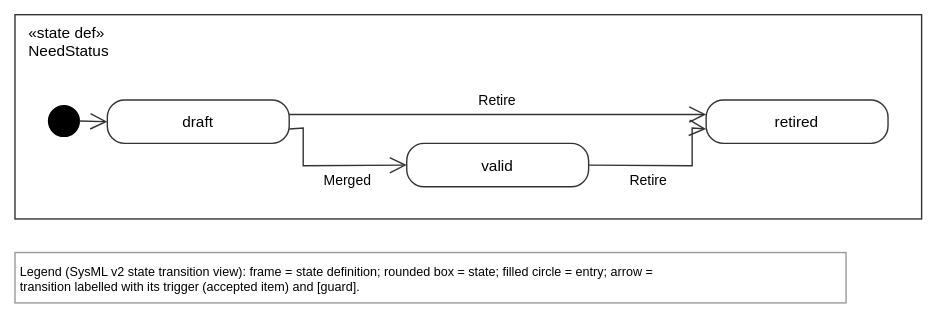
Before: views/needStatus.drawio.svg, a diagram exported from draw.io (tiacsys/xdmod). Source tidied: cells renumbered, new cells last; positions are measured from the earlier drawing's top-left corner, leaving out a move shared by most shapes.
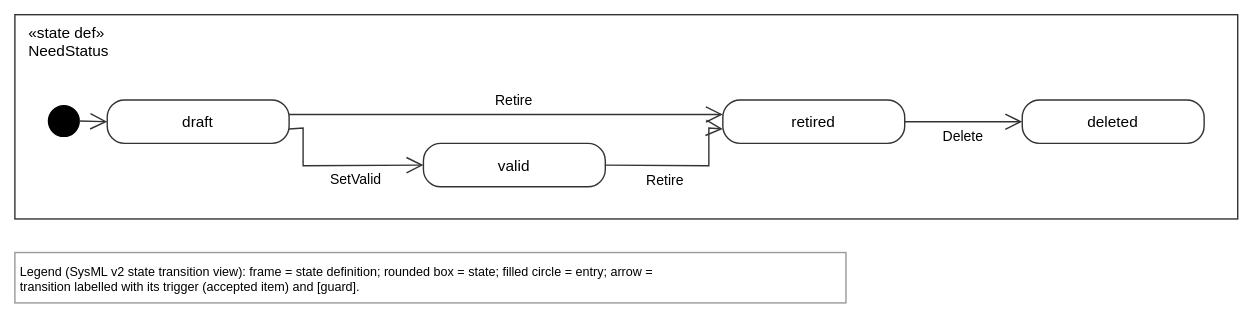
Above is the later version.

What changed in the source:
```diff
@@ -3,11 +3,14 @@
     <mxCell id="0" />
     <mxCell id="1" parent="0" />
     <mxCell id="2" value="«state def»&#10;NeedStatus" style="html=0;fontFamily=Helvetica;fontSize=11;strokeColor=#333333;rounded=0;verticalAlign=top;align=left;spacingLeft=8;fillColor=none;" parent="1" vertex="1">
-      <mxGeometry width="648" height="146" as="geometry" />
+      <mxGeometry width="874" height="146" as="geometry" />
     </mxCell>
     <mxCell id="3" value="Legend (SysML v2 state transition view): frame = state definition; rounded box = state; filled circle = entry; arrow =&#10;transition labelled with its trigger (accepted item) and [guard]." style="text;html=0;align=left;verticalAlign=top;fontFamily=Helvetica;fontSize=9;fillColor=#FFFFFF;strokeColor=#999999;spacing=4;" parent="1" vertex="1">
       <mxGeometry y="170" width="594" height="36" as="geometry" />
     </mxCell>
+    <mxCell id="12" value="deleted" style="html=0;fontFamily=Helvetica;fontSize=11;strokeColor=#333333;rounded=1;arcSize=40;fillColor=#FFFFFF;" parent="2" vertex="1">
+      <mxGeometry x="720" y="61" width="130" height="31" as="geometry" />
+    </mxCell>
     <mxCell id="4" value="draft" style="html=0;fontFamily=Helvetica;fontSize=11;strokeColor=#333333;rounded=1;arcSize=40;fillColor=#FFFFFF;" parent="2" vertex="1">
       <mxGeometry x="66" y="61" width="130" height="31" as="geometry" />
     </mxCell>
@@ -15,17 +18,17 @@
       <mxGeometry x="24" y="65" width="22" height="22" as="geometry" />
     </mxCell>
     <mxCell id="6" value="retired" style="html=0;fontFamily=Helvetica;fontSize=11;strokeColor=#333333;rounded=1;arcSize=40;fillColor=#FFFFFF;" parent="2" vertex="1">
-      <mxGeometry x="494" y="61" width="130" height="31" as="geometry" />
+      <mxGeometry x="506" y="61" width="130" height="31" as="geometry" />
     </mxCell>
     <mxCell id="7" value="valid" style="html=0;fontFamily=Helvetica;fontSize=11;strokeColor=#333333;rounded=1;arcSize=40;fillColor=#FFFFFF;" parent="2" vertex="1">
-      <mxGeometry x="280" y="92" width="130" height="31" as="geometry" />
+      <mxGeometry x="292" y="92" width="130" height="31" as="geometry" />
     </mxCell>
     <mxCell id="8" value="Retire" style="html=0;rounded=0;endSize=10;startSize=14;fontFamily=Helvetica;fontSize=10;labelBackgroundColor=#FFFFFF;strokeColor=#333333;endArrow=open;exitX=1.000;exitY=0.333;exitDx=0;exitDy=0;exitPerimeter=0;entryX=0.000;entryY=0.333;entryDx=0;entryDy=0;entryPerimeter=0;" parent="1" edge="1" source="4" target="6">
       <mxGeometry relative="1" as="geometry">
-        <mxPoint y="-10" as="offset" />
+        <mxPoint x="6" y="-10" as="offset" />
       </mxGeometry>
     </mxCell>
-    <mxCell id="9" value="Merged" style="html=0;rounded=0;endSize=10;startSize=14;fontFamily=Helvetica;fontSize=10;labelBackgroundColor=#FFFFFF;strokeColor=#333333;endArrow=open;exitX=1.000;exitY=0.667;exitDx=0;exitDy=0;exitPerimeter=0;entryX=0.000;entryY=0.500;entryDx=0;entryDy=0;entryPerimeter=0;" parent="1" edge="1" source="4" target="7">
+    <mxCell id="9" value="SetValid" style="html=0;rounded=0;endSize=10;startSize=14;fontFamily=Helvetica;fontSize=10;labelBackgroundColor=#FFFFFF;strokeColor=#333333;endArrow=open;exitX=1.000;exitY=0.667;exitDx=0;exitDy=0;exitPerimeter=0;entryX=0.000;entryY=0.500;entryDx=0;entryDy=0;entryPerimeter=0;" parent="1" edge="1" source="4" target="7">
       <mxGeometry relative="1" as="geometry">
         <Array as="points">
           <mxPoint x="206" y="81" />
@@ -37,11 +40,16 @@
     <mxCell id="10" style="html=0;rounded=0;endSize=10;startSize=14;fontFamily=Helvetica;fontSize=10;labelBackgroundColor=#FFFFFF;strokeColor=#333333;endArrow=open;exitX=1.000;exitY=0.500;exitDx=0;exitDy=0;exitPerimeter=0;entryX=0.000;entryY=0.500;entryDx=0;entryDy=0;entryPerimeter=0;" parent="1" edge="1" source="5" target="4">
       <mxGeometry relative="1" as="geometry" />
     </mxCell>
+    <mxCell id="13" value="Delete" style="html=0;rounded=0;endSize=10;startSize=14;fontFamily=Helvetica;fontSize=10;labelBackgroundColor=#FFFFFF;strokeColor=#333333;endArrow=open;exitX=1.000;exitY=0.500;exitDx=0;exitDy=0;exitPerimeter=0;entryX=0.000;entryY=0.500;entryDx=0;entryDy=0;entryPerimeter=0;" parent="1" edge="1" source="6" target="12">
+      <mxGeometry relative="1" as="geometry">
+        <mxPoint y="10" as="offset" />
+      </mxGeometry>
+    </mxCell>
     <mxCell id="11" value="Retire" style="html=0;rounded=0;endSize=10;startSize=14;fontFamily=Helvetica;fontSize=10;labelBackgroundColor=#FFFFFF;strokeColor=#333333;endArrow=open;exitX=1.000;exitY=0.500;exitDx=0;exitDy=0;exitPerimeter=0;entryX=0.000;entryY=0.667;entryDx=0;entryDy=0;entryPerimeter=0;" parent="1" edge="1" source="7" target="6">
       <mxGeometry relative="1" as="geometry">
         <Array as="points">
-          <mxPoint x="484" y="108" />
-          <mxPoint x="484" y="81" />
+          <mxPoint x="496" y="108" />
+          <mxPoint x="496" y="81" />
         </Array>
         <mxPoint x="-13" y="10" as="offset" />
       </mxGeometry>
```
